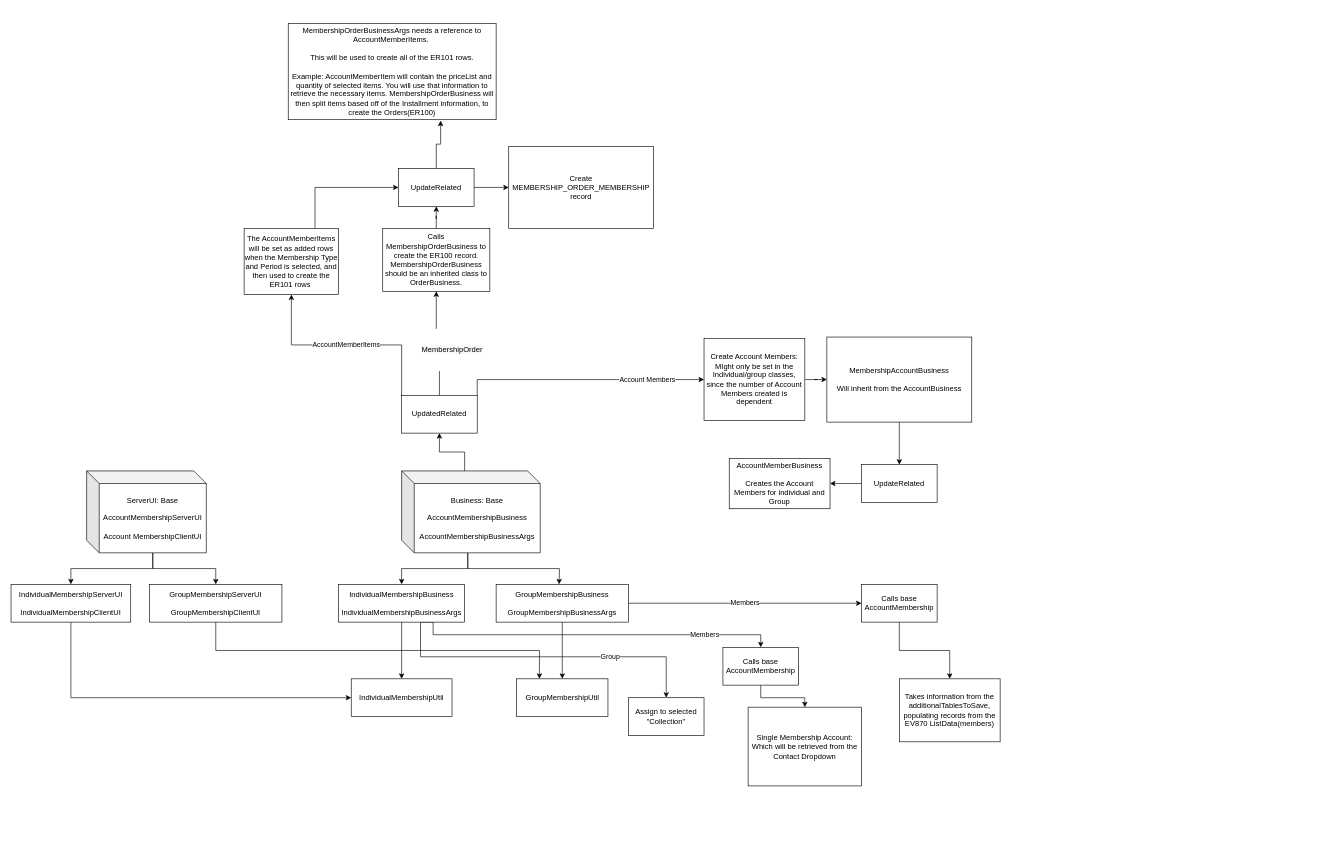
Earlier version of the draw.io diagram MembershipClassStructure.drawio (shelbyharris/Membership). Source tidied: cells renumbered, new cells numbered last; positions are measured from the earlier drawing's top-left corner, leaving out a move shared by most shapes. Both pictures are drawn from the tidied source at 63%, with x=0, y=0 at pixel (11, 23).
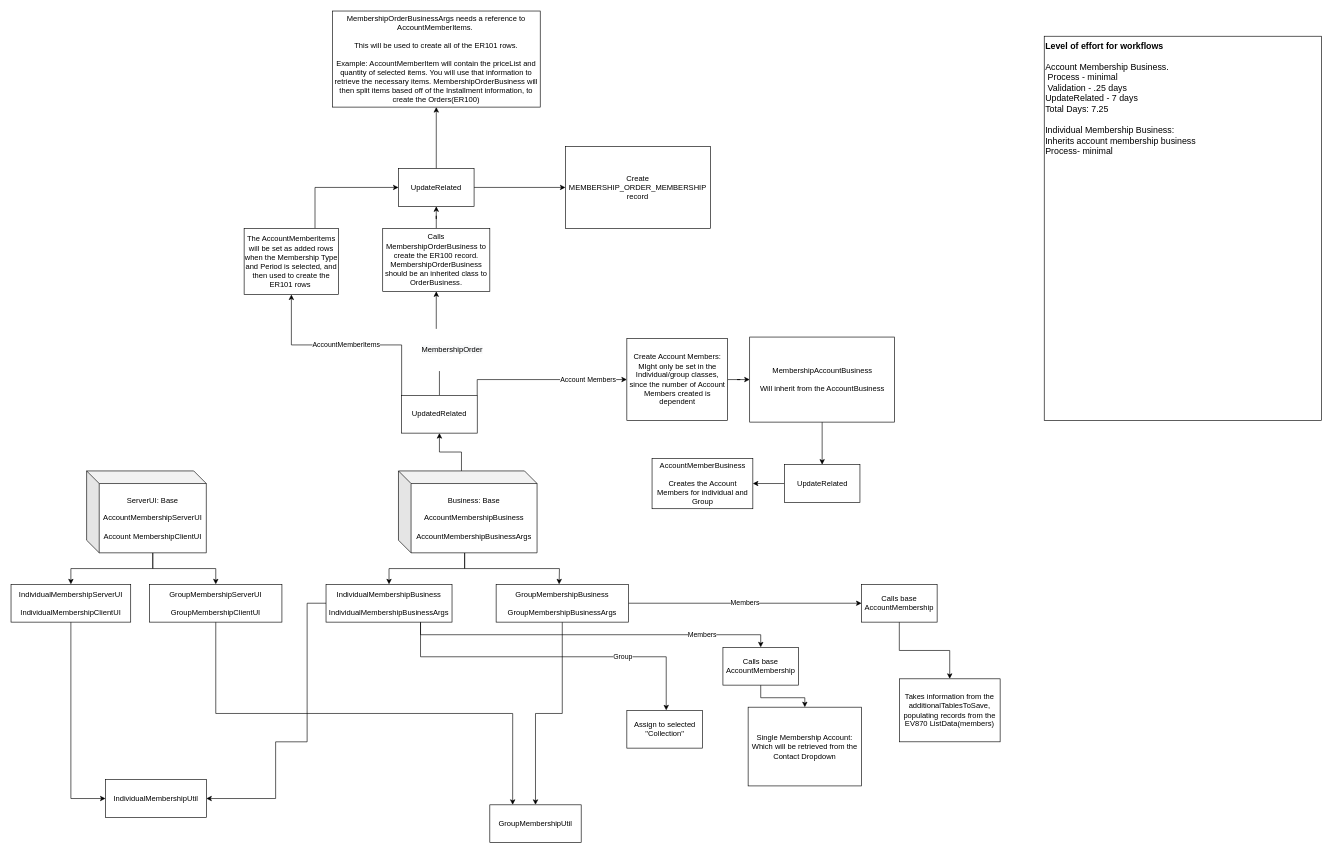
The same page after the edit.

The change refers to these unchanged cells:
```xml
<mxCell id="49" value="UpdateRelated" style="whiteSpace=wrap;html=1;rounded=0;" parent="1" vertex="1">
  <mxGeometry x="615" y="230" width="120" height="60" as="geometry" />
</mxCell>
```

Diff of the diagram source:
```diff
@@
     <mxCell id="12" value="Business: Base&lt;br&gt;&lt;br&gt;AccountMembershipBusiness&lt;br&gt;&lt;br&gt;AccountMembershipBusinessArgs" style="shape=cube;whiteSpace=wrap;html=1;boundedLbl=1;backgroundOutline=1;darkOpacity=0.05;darkOpacity2=0.1;" parent="1" vertex="1">
-      <mxGeometry x="620" y="710" width="220" height="130" as="geometry" />
+      <mxGeometry x="615" y="710" width="220" height="130" as="geometry" />
     </mxCell>
     <mxCell id="13" style="edgeStyle=orthogonalEdgeStyle;rounded=0;jettySize=auto;html=1;" parent="1" edge="1" source="16" target="20">
-      <mxGeometry relative="1" as="geometry" />
+      <mxGeometry relative="1" as="geometry">
+        <Array as="points">
+          <mxPoint x="470" y="920" />
+          <mxPoint x="470" y="1140" />
+          <mxPoint x="420" y="1140" />
+        </Array>
+      </mxGeometry>
     </mxCell>
@@
     <mxCell id="16" value="IndividualMembershipBusiness&lt;br&gt;&lt;br&gt;IndividualMembershipBusinessArgs" style="rounded=0;whiteSpace=wrap;html=1;" parent="1" vertex="1">
-      <mxGeometry x="520" y="890" width="200" height="60" as="geometry" />
+      <mxGeometry x="500" y="890" width="200" height="60" as="geometry" />
     </mxCell>
@@
     <mxCell id="20" value="IndividualMembershipUtil" style="whiteSpace=wrap;html=1;rounded=0;" parent="1" vertex="1">
-      <mxGeometry x="540" y="1040" width="160" height="60" as="geometry" />
+      <mxGeometry x="150" y="1200" width="160" height="60" as="geometry" />
     </mxCell>
     <mxCell id="21" value="GroupMembershipUtil" style="whiteSpace=wrap;html=1;rounded=0;" parent="1" vertex="1">
-      <mxGeometry x="802.5" y="1040" width="145" height="60" as="geometry" />
+      <mxGeometry x="760" y="1240" width="145" height="60" as="geometry" />
     </mxCell>
@@
     <mxCell id="32" value="Create Account Members: MIght only be set in the Individual/group classes, since the number of Account Members created is dependent" style="rounded=0;whiteSpace=wrap;html=1;" parent="1" vertex="1">
-      <mxGeometry x="1100" y="500" width="160" height="130" as="geometry" />
+      <mxGeometry x="977.5" y="500" width="160" height="130" as="geometry" />
     </mxCell>
@@
     <mxCell id="34" value="MembershipAccountBusiness&lt;br&gt;&lt;br&gt;Will inherit from the AccountBusiness" style="whiteSpace=wrap;html=1;rounded=0;" parent="1" vertex="1">
-      <mxGeometry x="1295" y="497.5" width="230" height="135" as="geometry" />
+      <mxGeometry x="1172.5" y="497.5" width="230" height="135" as="geometry" />
     </mxCell>
@@
     <mxCell id="36" value="UpdateRelated" style="rounded=0;whiteSpace=wrap;html=1;" parent="1" vertex="1">
-      <mxGeometry x="1350" y="700" width="120" height="60" as="geometry" />
+      <mxGeometry x="1227.5" y="700" width="120" height="60" as="geometry" />
     </mxCell>
     <mxCell id="37" value="AccountMemberBusiness&lt;br&gt;&lt;br&gt;Creates the Account Members for individual and Group" style="whiteSpace=wrap;html=1;rounded=0;" parent="1" vertex="1">
-      <mxGeometry x="1140" y="690" width="160" height="80" as="geometry" />
+      <mxGeometry x="1017.5" y="690" width="160" height="80" as="geometry" />
     </mxCell>
@@
     <mxCell id="44" value="Assign to selected &quot;Collection&quot;" style="rounded=0;whiteSpace=wrap;html=1;" parent="1" vertex="1">
-      <mxGeometry x="980" y="1070" width="120" height="60" as="geometry" />
+      <mxGeometry x="977.5" y="1090" width="120" height="60" as="geometry" />
     </mxCell>
     <mxCell id="45" value="MembershipOrderBusinessArgs needs a reference to AccountMemberItems.&amp;nbsp;&lt;br&gt;&lt;br&gt;This will be used to create all of the ER101 rows.&lt;br&gt;&lt;br&gt;Example: AccountMemberItem will contain the priceList and quantity of selected items. You will use that information to retrieve the necessary items. MembershipOrderBusiness will then split items based off of the Installment information, to create the Orders(ER100)" style="whiteSpace=wrap;html=1;rounded=0;" parent="1" vertex="1">
-      <mxGeometry x="440" width="330" height="152.5" as="geometry" />
+      <mxGeometry x="510" y="-20" width="330" height="152.5" as="geometry" />
     </mxCell>
     <mxCell id="46" value="Create MEMBERSHIP_ORDER_MEMBERSHIP record" style="whiteSpace=wrap;html=1;rounded=0;" parent="1" vertex="1">
-      <mxGeometry x="790" y="195" width="230" height="130" as="geometry" />
+      <mxGeometry x="880" y="195" width="230" height="130" as="geometry" />
     </mxCell>
-    <mxCell id="47" style="edgeStyle=orthogonalEdgeStyle;rounded=0;jettySize=auto;html=1;exitX=0.5;exitY=0;exitDx=0;exitDy=0;entryX=0.733;entryY=1.01;entryDx=0;entryDy=0;entryPerimeter=0;" parent="1" edge="1" source="49" target="45">
+    <mxCell id="47" style="edgeStyle=orthogonalEdgeStyle;rounded=0;jettySize=auto;html=1;exitX=0.5;exitY=0;exitDx=0;exitDy=0;" parent="1" edge="1" source="49" target="45">
       <mxGeometry relative="1" as="geometry" />
     </mxCell>
@@
+    <mxCell id="50" value="&lt;font style=&quot;font-size: 14px&quot;&gt;&lt;b&gt;Level of effort for workflows&lt;/b&gt;&lt;br&gt;&lt;br&gt;Account Membership Business.&lt;br&gt;&amp;nbsp;Process - minimal&lt;br&gt;&amp;nbsp;Validation - .25 days&lt;br&gt;UpdateRelated - 7 days&lt;br&gt;Total Days: 7.25&lt;br&gt;&lt;br&gt;Individual Membership Business:&lt;br&gt;Inherits account membership business&lt;br&gt;Process- minimal&amp;nbsp;&lt;br&gt;&lt;/font&gt;" style="rounded=0;whiteSpace=wrap;html=1;align=left;horizontal=1;verticalAlign=top;" parent="1" vertex="1">
+      <mxGeometry x="1640" y="20" width="440" height="610" as="geometry" />
+    </mxCell>
```
